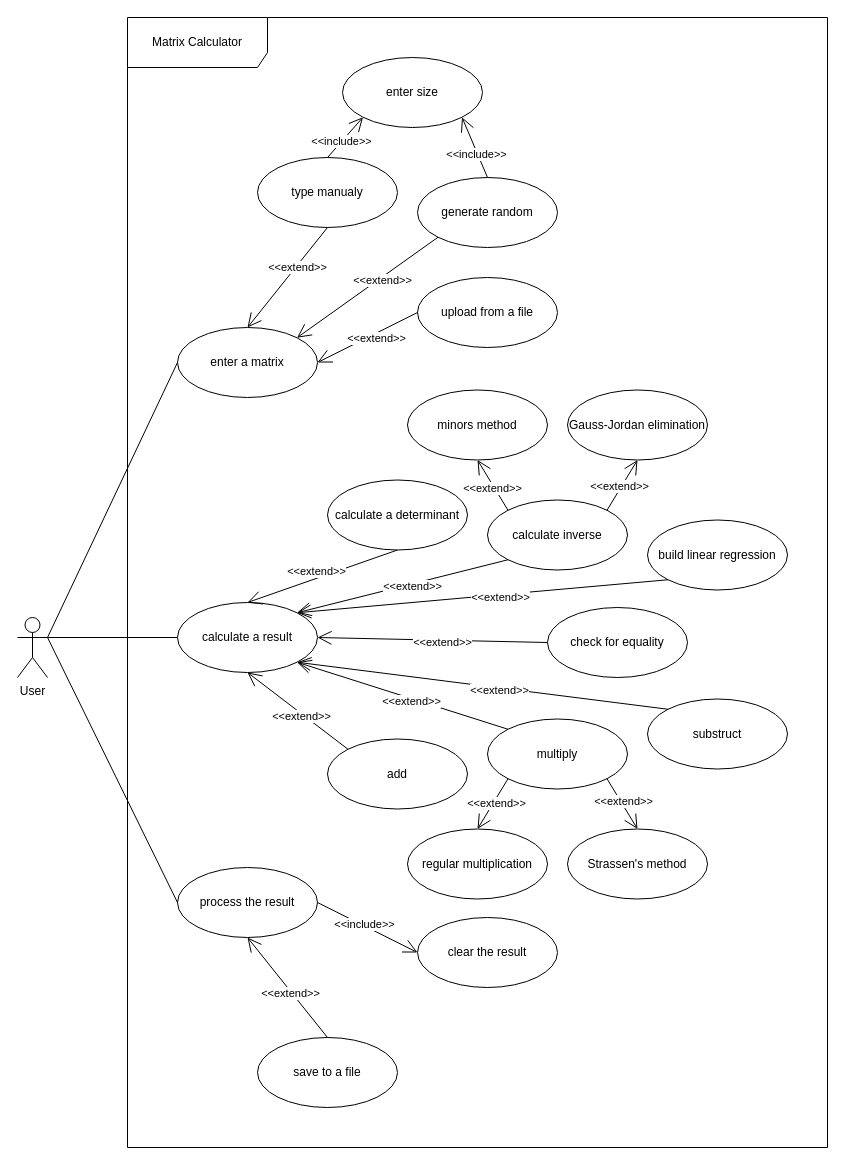
The draw.io diagram page "UseCase" (1 of 2) of term4/OOP/lab1/diagrams/lab1.drawio in tassssia/uni, before the edit. Source tidied: cells renumbered, new cells numbered last; positions are measured from the earlier drawing's top-left corner, leaving out a move shared by most shapes. Both pictures are drawn from the tidied source at 100%, with x=0, y=0 at pixel (17, 17).
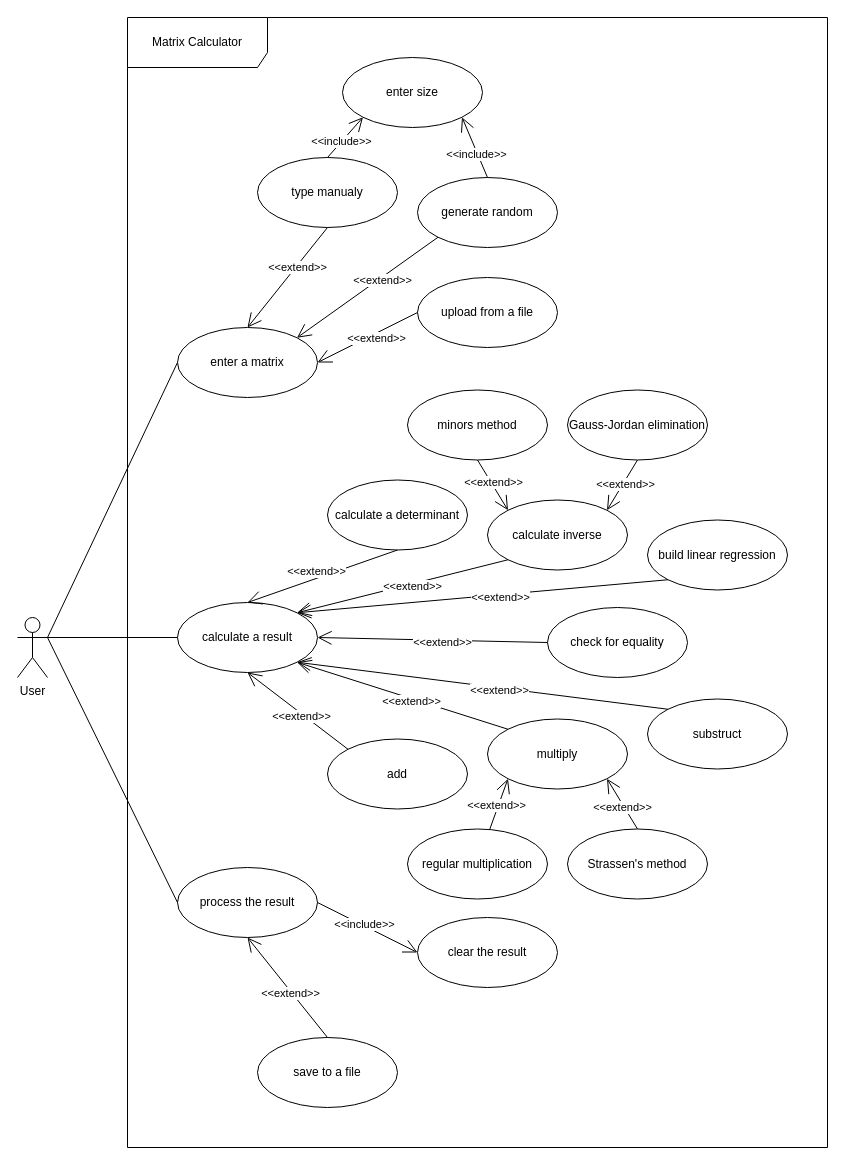
The same diagram, later.

Unchanged cells that the change refers to:
```xml
<mxCell id="10" value="calculate inverse" style="ellipse;whiteSpace=wrap;html=1;" parent="1" vertex="1">
  <mxGeometry x="470" y="482.5" width="140" height="70" as="geometry" />
</mxCell>
<mxCell id="13" value="multiply" style="ellipse;whiteSpace=wrap;html=1;" parent="1" vertex="1">
  <mxGeometry x="470" y="701.5" width="140" height="70" as="geometry" />
</mxCell>
<mxCell id="17" value="Gauss-Jordan elimination" style="ellipse;whiteSpace=wrap;html=1;" parent="1" vertex="1">
  <mxGeometry x="550" y="372.5" width="140" height="70" as="geometry" />
</mxCell>
<mxCell id="18" value="minors method" style="ellipse;whiteSpace=wrap;html=1;" parent="1" vertex="1">
  <mxGeometry x="390" y="372.5" width="140" height="70" as="geometry" />
</mxCell>
<mxCell id="33" value="regular multiplication" style="ellipse;whiteSpace=wrap;html=1;" parent="1" vertex="1">
  <mxGeometry x="390" y="811.5" width="140" height="70" as="geometry" />
</mxCell>
<mxCell id="34" value="Strassen's method" style="ellipse;whiteSpace=wrap;html=1;" parent="1" vertex="1">
  <mxGeometry x="550" y="811.5" width="140" height="70" as="geometry" />
</mxCell>
```

The edit, as a diff of the source:
```diff
@@
-    <mxCell id="47" style="endArrow=open;endFill=1;endSize=12;html=1;rounded=0;exitX=0;exitY=1;exitDx=0;exitDy=0;entryX=0.5;entryY=0;entryDx=0;entryDy=0;" parent="1" edge="1" source="13" target="33">
+    <mxCell id="47" style="endArrow=open;endFill=1;endSize=12;html=1;rounded=0;entryX=0;entryY=1;entryDx=0;entryDy=0;" parent="1" edge="1" source="33" target="13">
       <mxGeometry relative="1" as="geometry" />
     </mxCell>
@@
-    <mxCell id="49" style="endArrow=open;endFill=1;endSize=12;html=1;rounded=0;entryX=0.5;entryY=1;entryDx=0;entryDy=0;exitX=1;exitY=0;exitDx=0;exitDy=0;" parent="1" edge="1" source="10" target="17">
+    <mxCell id="49" style="endArrow=open;endFill=1;endSize=12;html=1;rounded=0;exitX=0.5;exitY=1;exitDx=0;exitDy=0;entryX=1;entryY=0;entryDx=0;entryDy=0;" parent="1" edge="1" source="17" target="10">
       <mxGeometry relative="1" as="geometry" />
     </mxCell>
@@
-    <mxCell id="51" style="endArrow=open;endFill=1;endSize=12;html=1;rounded=0;entryX=0.5;entryY=1;entryDx=0;entryDy=0;exitX=0;exitY=0;exitDx=0;exitDy=0;" parent="1" edge="1" source="10" target="18">
+    <mxCell id="51" style="endArrow=open;endFill=1;endSize=12;html=1;rounded=0;exitX=0.5;exitY=1;exitDx=0;exitDy=0;entryX=0;entryY=0;entryDx=0;entryDy=0;" parent="1" edge="1" source="18" target="10">
       <mxGeometry relative="1" as="geometry" />
     </mxCell>
@@
-    <mxCell id="53" style="endArrow=open;endFill=1;endSize=12;html=1;rounded=0;exitX=1;exitY=1;exitDx=0;exitDy=0;entryX=0.5;entryY=0;entryDx=0;entryDy=0;" parent="1" edge="1" source="13" target="34">
+    <mxCell id="53" style="endArrow=open;endFill=1;endSize=12;html=1;rounded=0;entryX=1;entryY=1;entryDx=0;entryDy=0;exitX=0.5;exitY=0;exitDx=0;exitDy=0;" parent="1" edge="1" source="34" target="13">
       <mxGeometry relative="1" as="geometry" />
     </mxCell>
```
